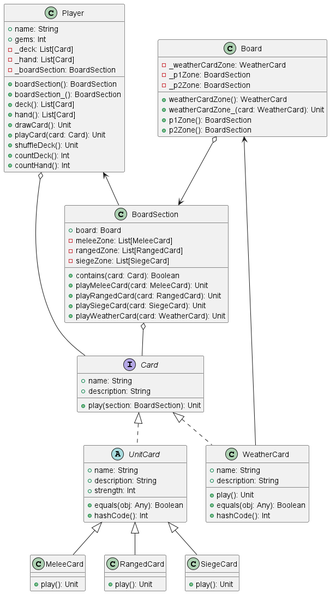
JuanCidL/gwen-t-JuanCidL keeps this PlantUML diagram as src/UML.png. Above is the earlier version.
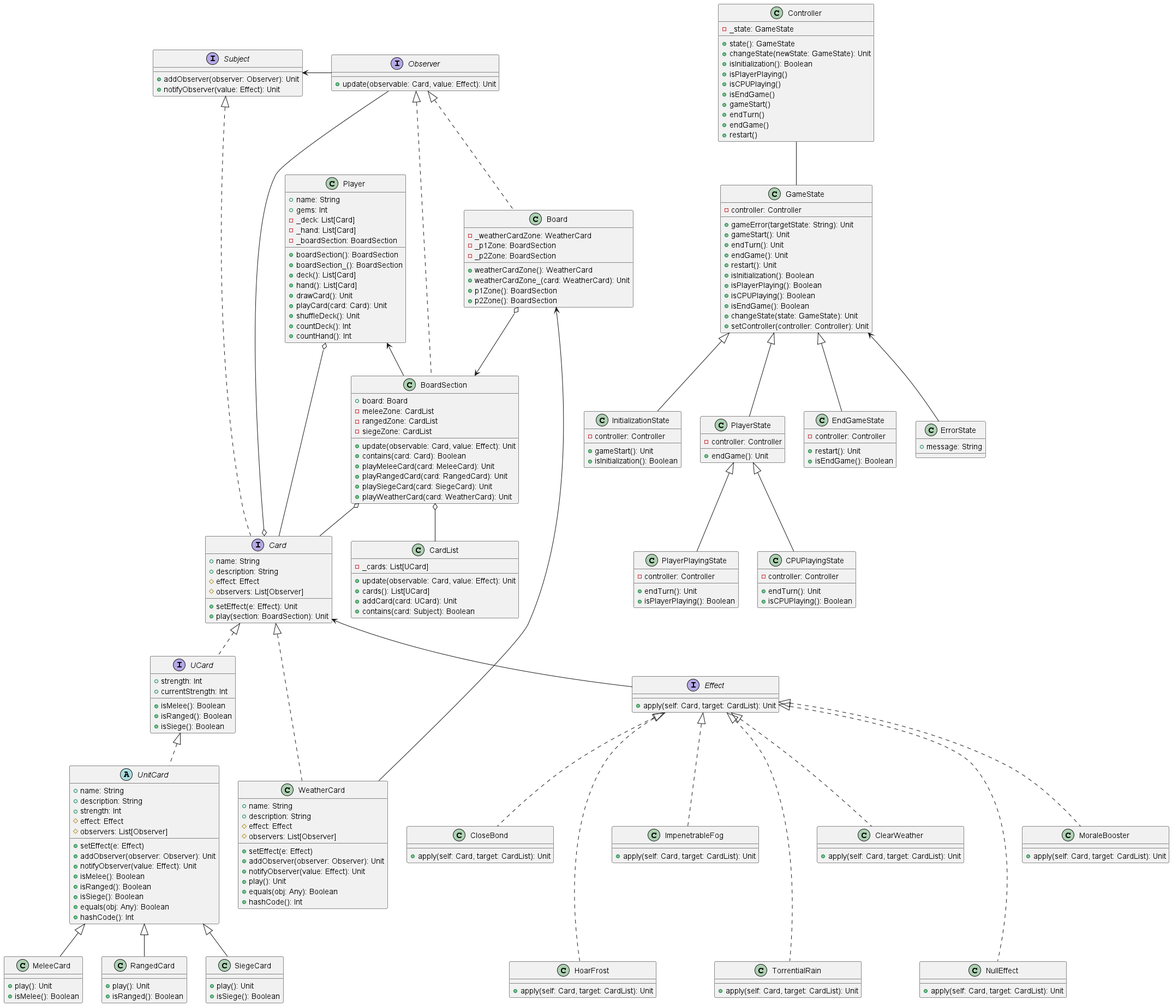
The same diagram one commit later.

Change to the diagram source:
```diff
@@ -17,30 +17,67 @@
     +countHand(): Int
 }
 
+interface Subject{
+    +addObserver(observer: Observer): Unit
+    +notifyObserver(value: Effect): Unit
+}
+
+interface Observer{
+    +update(observable: Card, value: Effect): Unit
+}
+
 interface Card{
     +name: String
     +description: String
+    #effect: Effect
+    #observers: List[Observer]
+    +setEffect(e: Effect): Unit
     +play(section: BoardSection): Unit
 }
+
+interface UCard{
+    +strength: Int
+    +currentStrength: Int
+    +isMelee(): Boolean
+    +isRanged(): Boolean
+    +isSiege(): Boolean
+}
+
 abstract class UnitCard{
     +name: String
     +description: String
     +strength: Int
+    #effect: Effect
+    #observers: List[Observer]
+    +setEffect(e: Effect)
+    +addObserver(observer: Observer): Unit
+    +notifyObserver(value: Effect): Unit
+    +isMelee(): Boolean
+    +isRanged(): Boolean
+    +isSiege(): Boolean
     +equals(obj: Any): Boolean
     +hashCode(): Int
 }
 class MeleeCard{
     +play(): Unit
+    +isMelee(): Boolean
 }
 class RangedCard{
     +play(): Unit
+    +isRanged(): Boolean
 }
 class SiegeCard{
     +play(): Unit
+    +isSiege(): Boolean
 }
 class WeatherCard{
     +name: String
     +description: String
+    #effect: Effect
+    #observers: List[Observer]
+    +setEffect(e: Effect)
+    +addObserver(observer: Observer): Unit
+    +notifyObserver(value: Effect): Unit
     +play(): Unit
     +equals(obj: Any): Boolean
     +hashCode(): Int
@@ -57,9 +94,10 @@
 }
 class BoardSection{
     +board: Board
-    -meleeZone: List[MeleeCard]
-    -rangedZone: List[RangedCard]
-    -siegeZone: List[SiegeCard]
+    -meleeZone: CardList
+    -rangedZone: CardList
+    -siegeZone: CardList
+    +update(observable: Card, value: Effect): Unit
     +contains(card: Card): Boolean
     +playMeleeCard(card: MeleeCard): Unit
     +playRangedCard(card: RangedCard): Unit
@@ -67,18 +105,145 @@
     +playWeatherCard(card: WeatherCard): Unit
 }
 
+class CardList{
+    -_cards: List[UCard]
+    +update(observable: Card, value: Effect): Unit
+    +cards(): List[UCard]
+    +addCard(card: UCard): Unit
+    +contains(card: Subject): Boolean
+}
+
+class Controller{
+    -_state: GameState
+    +state(): GameState
+    +changeState(newState: GameState): Unit
+    +isInitialization(): Boolean
+    +isPlayerPlaying()
+    +isCPUPlaying()
+    +isEndGame()
+    +gameStart()
+    +endTurn()
+    +endGame()
+    +restart()
+}
+
+class GameState{
+    -controller: Controller
+    +gameError(targetState: String): Unit
+    +gameStart(): Unit
+    +endTurn(): Unit
+    +endGame(): Unit
+    +restart(): Unit
+    +isInitialization(): Boolean
+    +isPlayerPlaying(): Boolean
+    +isCPUPlaying(): Boolean
+    +isEndGame(): Boolean
+    +changeState(state: GameState): Unit
+    +setController(controller: Controller): Unit
+}
+
+class InitializationState{
+    -controller: Controller
+    +gameStart(): Unit
+    +isInitialization(): Boolean
+}
+
+class PlayerState{
+    -controller: Controller
+    +endGame(): Unit
+}
+
+class PlayerPlayingState{
+    -controller: Controller
+    +endTurn(): Unit
+    +isPlayerPlaying(): Boolean
+}
+
+class CPUPlayingState{
+    -controller: Controller
+    +endTurn(): Unit
+    +isCPUPlaying(): Boolean
+}
+
+class EndGameState{
+    -controller: Controller
+    +restart(): Unit
+    +isEndGame(): Boolean
+}
+
+class ErrorState{
+    +message: String
+}
+
+interface Effect{
+    +apply(self: Card, target: CardList): Unit
+}
+
+class NullEffect{
+    +apply(self: Card, target: CardList): Unit
+}
+
+class MoraleBooster{
+    +apply(self: Card, target: CardList): Unit
+}
+
+class CloseBond{
+    +apply(self: Card, target: CardList): Unit
+}
+
+class HoarFrost{
+    +apply(self: Card, target: CardList): Unit
+}
+
+class ImpenetrableFog{
+    +apply(self: Card, target: CardList): Unit
+}
+
+class TorrentialRain{
+    +apply(self: Card, target: CardList): Unit
+}
+
+class ClearWeather{
+    +apply(self: Card, target: CardList): Unit
+}
+
 Player o-- Card
 Player <-- BoardSection
 
-Card <|.. UnitCard
-Card <|.. WeatherCard
+Subject <|..Card
+Card <|.. UCard
+UCard <|.. UnitCard
+Card <|... WeatherCard
 UnitCard <|-- MeleeCard
 UnitCard <|-- RangedCard
 UnitCard <|-- SiegeCard
 
+Controller -- GameState
+GameState <|-- InitializationState
+GameState <|-- PlayerState
+PlayerState <|-- PlayerPlayingState
+PlayerState <|-- CPUPlayingState
+GameState <|-- EndGameState
+GameState <-- ErrorState
+
+Subject <- Observer
+Card o-- Observer
+
+Observer <|.. Board
 Board o--> BoardSection
 Board <-- WeatherCard
 
+Observer <|.. BoardSection
 BoardSection o-- Card
+BoardSection o-- CardList
+
+Card <-- Effect
+Effect <|... NullEffect
+Effect <|.. MoraleBooster
+Effect <|.. CloseBond
+Effect <|... HoarFrost
+Effect <|.. ImpenetrableFog
+Effect <|... TorrentialRain
+Effect <|.. ClearWeather
 
 @enduml
```
